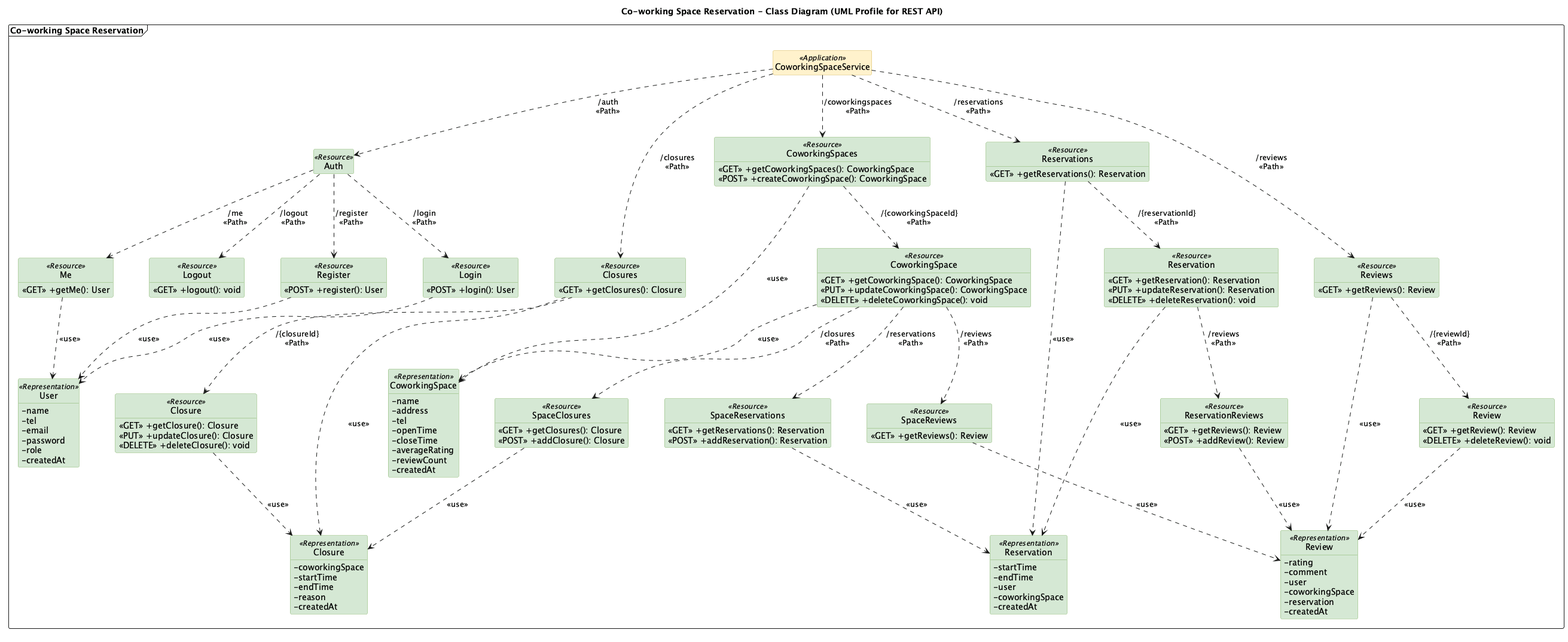
This is docs/diagrams/png/class.png from TonBoonchai/Co-working-Space-Reservation, a PlantUML export, as it was before one commit.
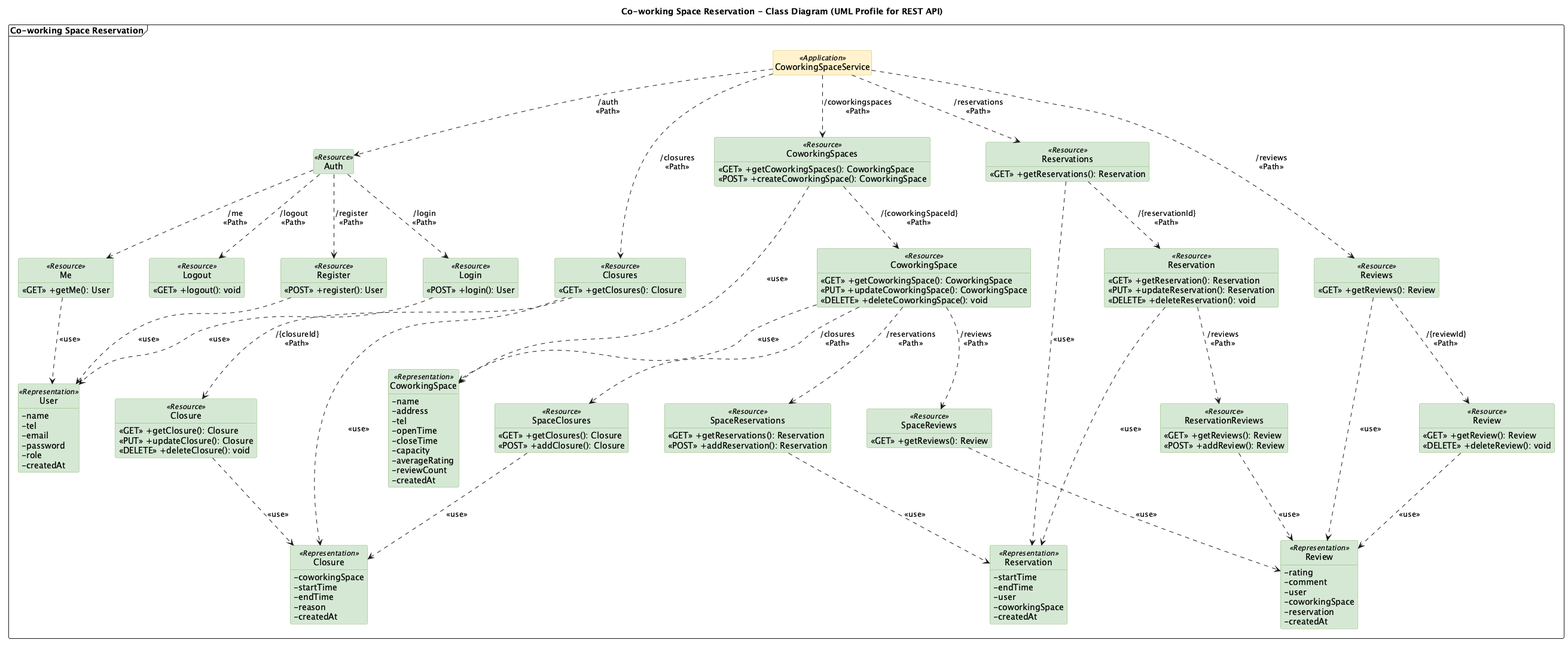
Above is the later version.

Diff of the diagram source:
```diff
@@ -98,6 +98,7 @@
     -tel
     -openTime
     -closeTime
+    -capacity
     -averageRating
     -reviewCount
     -createdAt
```
